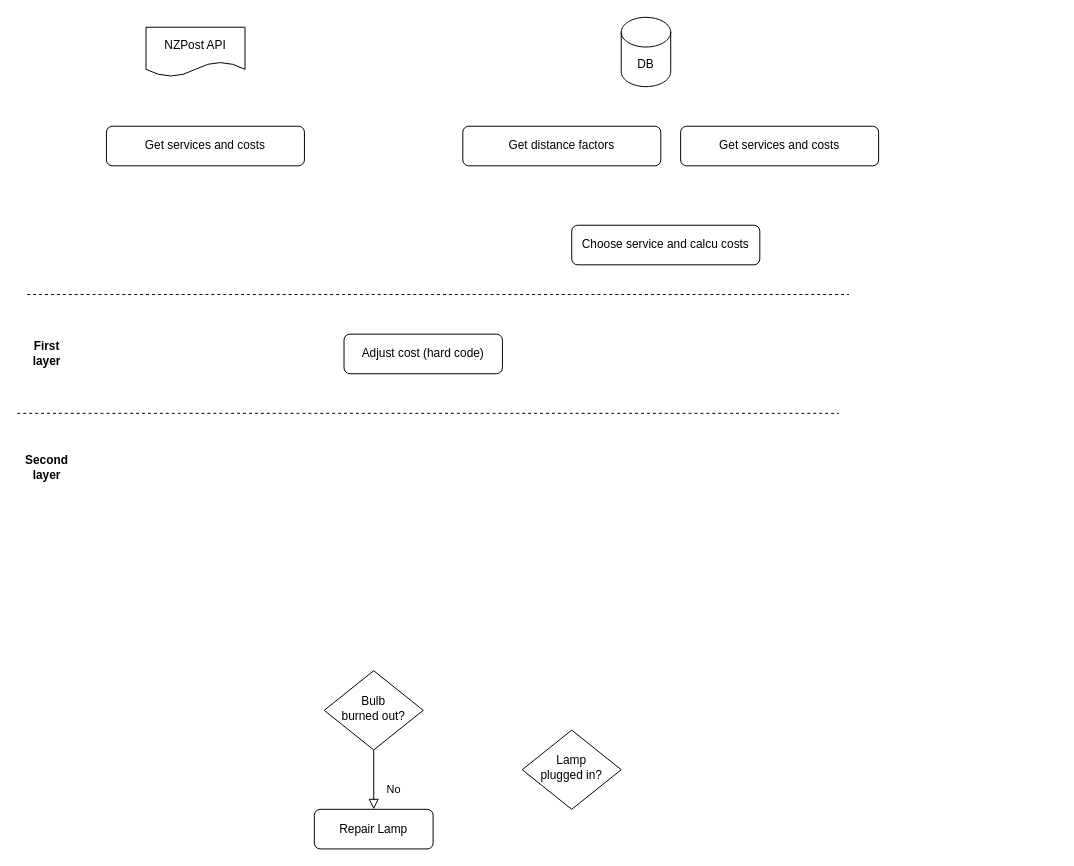
Kevin-Huang-NZ/notes keeps this draw.io diagram as draw.io/Untitled Diagram.drawio. Above is the earlier version. Source tidied: cells renumbered, new cells numbered last; positions are measured from the earlier drawing's top-left corner, leaving out a move shared by most shapes. Both pictures are drawn from the tidied source at 99%, with x=0, y=0 at pixel (17, 17).
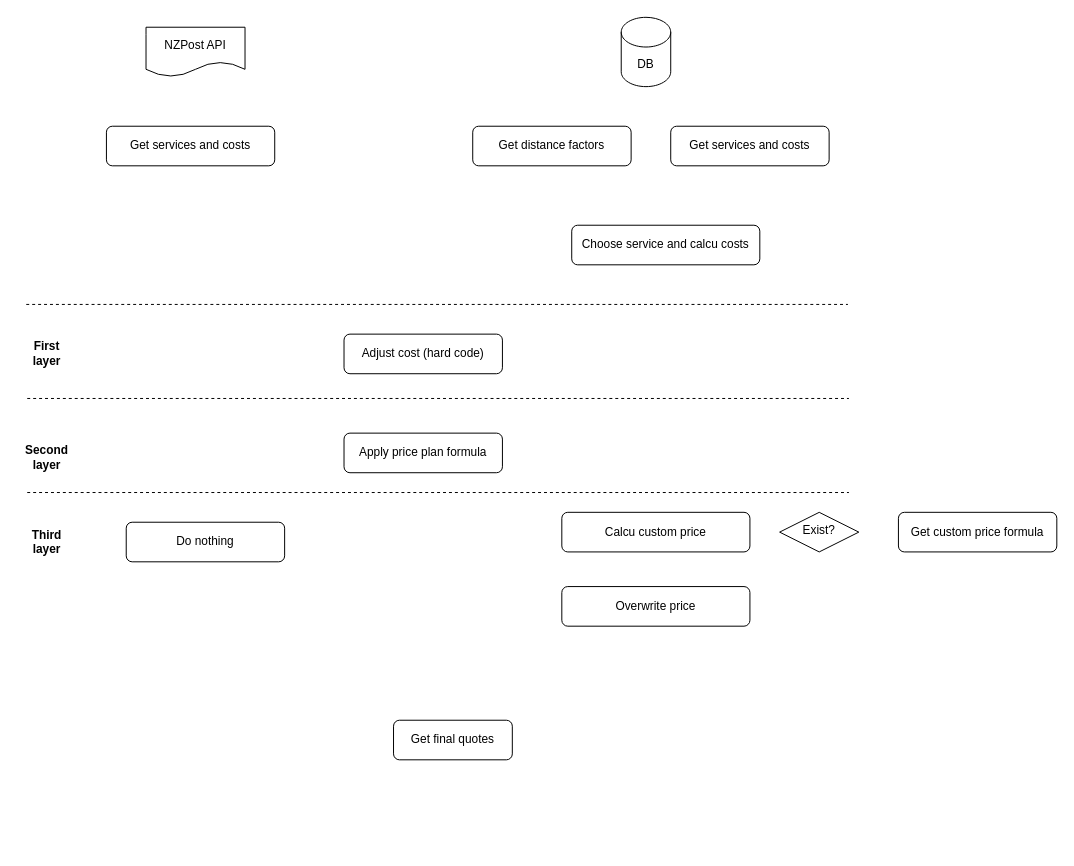
Above is the later version.

Diff of the diagram source:
```diff
@@
     <mxCell id="2" value="Get services and costs" style="rounded=1;whiteSpace=wrap;html=1;fontSize=12;glass=0;strokeWidth=1;shadow=0;" parent="1" vertex="1">
-      <mxGeometry x="90" y="110" width="200" height="40" as="geometry" />
+      <mxGeometry x="90" y="110" width="170" height="40" as="geometry" />
     </mxCell>
-    <mxCell id="3" value="Lamp&lt;br&gt;plugged in?" style="rhombus;whiteSpace=wrap;html=1;shadow=0;fontFamily=Helvetica;fontSize=12;align=center;strokeWidth=1;spacing=6;spacingTop=-4;" parent="1" vertex="1">
-      <mxGeometry x="510" y="720" width="100" height="80" as="geometry" />
+    <mxCell id="3" value="Exist?" style="rhombus;whiteSpace=wrap;html=1;shadow=0;fontFamily=Helvetica;fontSize=12;align=center;strokeWidth=1;spacing=6;spacingTop=-4;" parent="1" vertex="1">
+      <mxGeometry x="770" y="500" width="80" height="40" as="geometry" />
     </mxCell>
@@
-    <mxCell id="5" value="No" style="rounded=0;html=1;jettySize=auto;fontSize=11;endArrow=block;endFill=0;endSize=8;strokeWidth=1;shadow=0;labelBackgroundColor=none;edgeStyle=orthogonalEdgeStyle;" parent="1" edge="1" source="6" target="7">
-      <mxGeometry x="0.33" y="20" relative="1" as="geometry" />
-    </mxCell>
-    <mxCell id="6" value="Bulb&lt;br&gt;burned out?" style="rhombus;whiteSpace=wrap;html=1;shadow=0;fontFamily=Helvetica;fontSize=12;align=center;strokeWidth=1;spacing=6;spacingTop=-4;" parent="1" vertex="1">
-      <mxGeometry x="310" y="660" width="100" height="80" as="geometry" />
-    </mxCell>
-    <mxCell id="7" value="Repair Lamp" style="rounded=1;whiteSpace=wrap;html=1;fontSize=12;glass=0;strokeWidth=1;shadow=0;" parent="1" vertex="1">
-      <mxGeometry x="300" y="800" width="120" height="40" as="geometry" />
+    <mxCell id="7" value="Get final quotes" style="rounded=1;whiteSpace=wrap;html=1;fontSize=12;glass=0;strokeWidth=1;shadow=0;" parent="1" vertex="1">
+      <mxGeometry x="380" y="710" width="120" height="40" as="geometry" />
     </mxCell>
@@
     <mxCell id="11" value="Get distance factors" style="rounded=1;whiteSpace=wrap;html=1;fontSize=12;glass=0;strokeWidth=1;shadow=0;" parent="1" vertex="1">
-      <mxGeometry x="450" y="110" width="200" height="40" as="geometry" />
+      <mxGeometry x="460" y="110" width="160" height="40" as="geometry" />
     </mxCell>
     <mxCell id="12" value="Get services and costs" style="rounded=1;whiteSpace=wrap;html=1;fontSize=12;glass=0;strokeWidth=1;shadow=0;" parent="1" vertex="1">
-      <mxGeometry x="670" y="110" width="200" height="40" as="geometry" />
+      <mxGeometry x="660" y="110" width="160" height="40" as="geometry" />
     </mxCell>
     <mxCell id="13" style="endArrow=none;dashed=1;html=1;rounded=0;" parent="1" edge="1">
       <mxGeometry relative="1" as="geometry">
-        <mxPoint x="10" y="280" as="sourcePoint" />
-        <mxPoint x="840" y="280" as="targetPoint" />
+        <mxPoint x="9" y="290" as="sourcePoint" />
+        <mxPoint x="839" y="290" as="targetPoint" />
       </mxGeometry>
     </mxCell>
@@
     <mxCell id="15" style="endArrow=none;dashed=1;html=1;rounded=0;" parent="1" edge="1">
       <mxGeometry relative="1" as="geometry">
-        <mxPoint y="400" as="sourcePoint" />
-        <mxPoint x="830" y="400" as="targetPoint" />
+        <mxPoint x="10" y="385" as="sourcePoint" />
+        <mxPoint x="840" y="385" as="targetPoint" />
       </mxGeometry>
     </mxCell>
     <mxCell id="16" value="Second layer" style="text;html=1;strokeColor=none;fillColor=none;align=center;verticalAlign=middle;whiteSpace=wrap;rounded=0;fontStyle=1;" parent="1" vertex="1">
-      <mxGeometry x="10" y="410" width="40" height="90" as="geometry" />
+      <mxGeometry x="10" y="400" width="40" height="90" as="geometry" />
     </mxCell>
+    <mxCell id="17" value="Apply price plan formula" style="rounded=1;whiteSpace=wrap;html=1;fontSize=12;glass=0;strokeWidth=1;shadow=0;" parent="1" vertex="1">
+      <mxGeometry x="330" y="420" width="160" height="40" as="geometry" />
+    </mxCell>
+    <mxCell id="18" style="endArrow=none;dashed=1;html=1;rounded=0;" parent="1" edge="1">
+      <mxGeometry relative="1" as="geometry">
+        <mxPoint x="10" y="480" as="sourcePoint" />
+        <mxPoint x="840" y="480" as="targetPoint" />
+      </mxGeometry>
+    </mxCell>
+    <mxCell id="19" value="Third&lt;br&gt;layer" style="text;html=1;strokeColor=none;fillColor=none;align=center;verticalAlign=middle;whiteSpace=wrap;rounded=0;fontStyle=1;" parent="1" vertex="1">
+      <mxGeometry x="10" y="485" width="40" height="90" as="geometry" />
+    </mxCell>
+    <mxCell id="20" value="Do nothing" style="rounded=1;whiteSpace=wrap;html=1;fontSize=12;glass=0;strokeWidth=1;shadow=0;" parent="1" vertex="1">
+      <mxGeometry x="110" y="510" width="160" height="40" as="geometry" />
+    </mxCell>
+    <mxCell id="21" value="Get custom price formula" style="rounded=1;whiteSpace=wrap;html=1;fontSize=12;glass=0;strokeWidth=1;shadow=0;" parent="1" vertex="1">
+      <mxGeometry x="890" y="500" width="160" height="40" as="geometry" />
+    </mxCell>
+    <mxCell id="22" value="Calcu custom price" style="rounded=1;whiteSpace=wrap;html=1;fontSize=12;glass=0;strokeWidth=1;shadow=0;" parent="1" vertex="1">
+      <mxGeometry x="550" y="500" width="190" height="40" as="geometry" />
+    </mxCell>
+    <mxCell id="23" value="Overwrite price" style="rounded=1;whiteSpace=wrap;html=1;fontSize=12;glass=0;strokeWidth=1;shadow=0;" parent="1" vertex="1">
+      <mxGeometry x="550" y="575" width="190" height="40" as="geometry" />
+    </mxCell>
```
